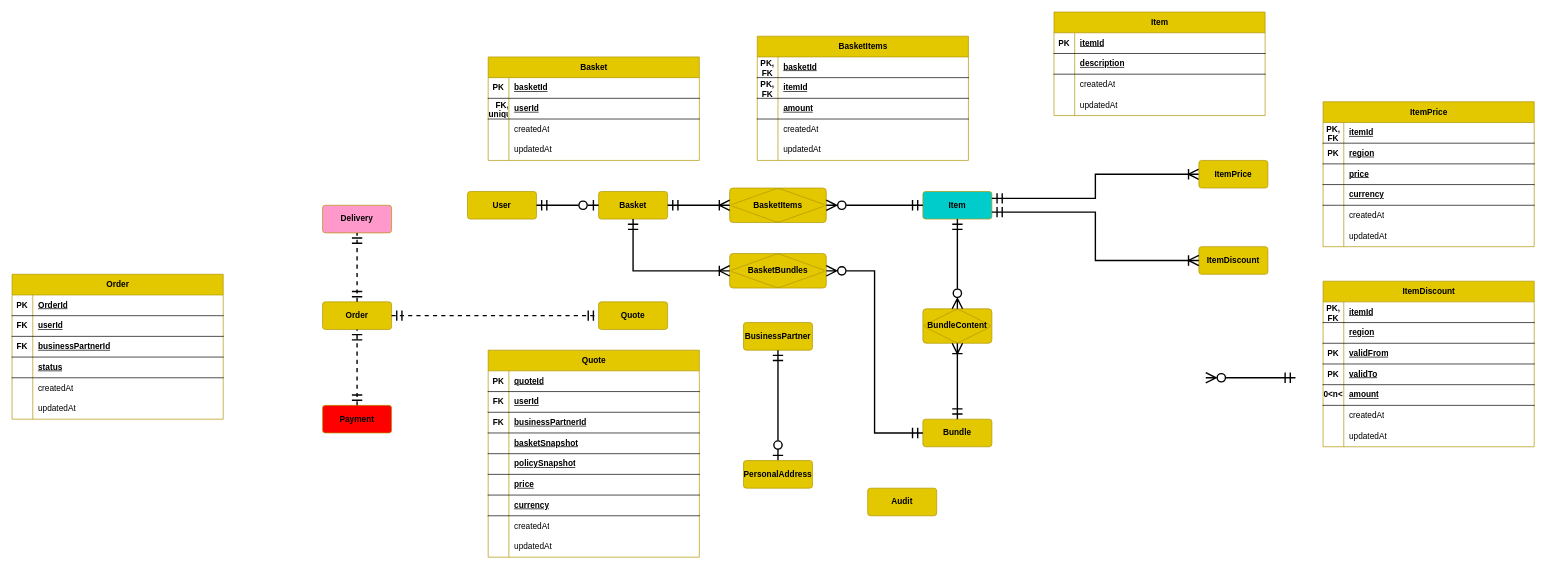
This is poc-nest-vw.drawio.xml from antonpopovleverx/vorwerk-nest-poc, a draw.io file, before an edit. Source tidied: cells renumbered, new cells numbered last; positions are measured from the earlier drawing's top-left corner, leaving out a move shared by most shapes. Both pictures are drawn from the tidied source at 69%, with x=0, y=0 at pixel (12, 12).
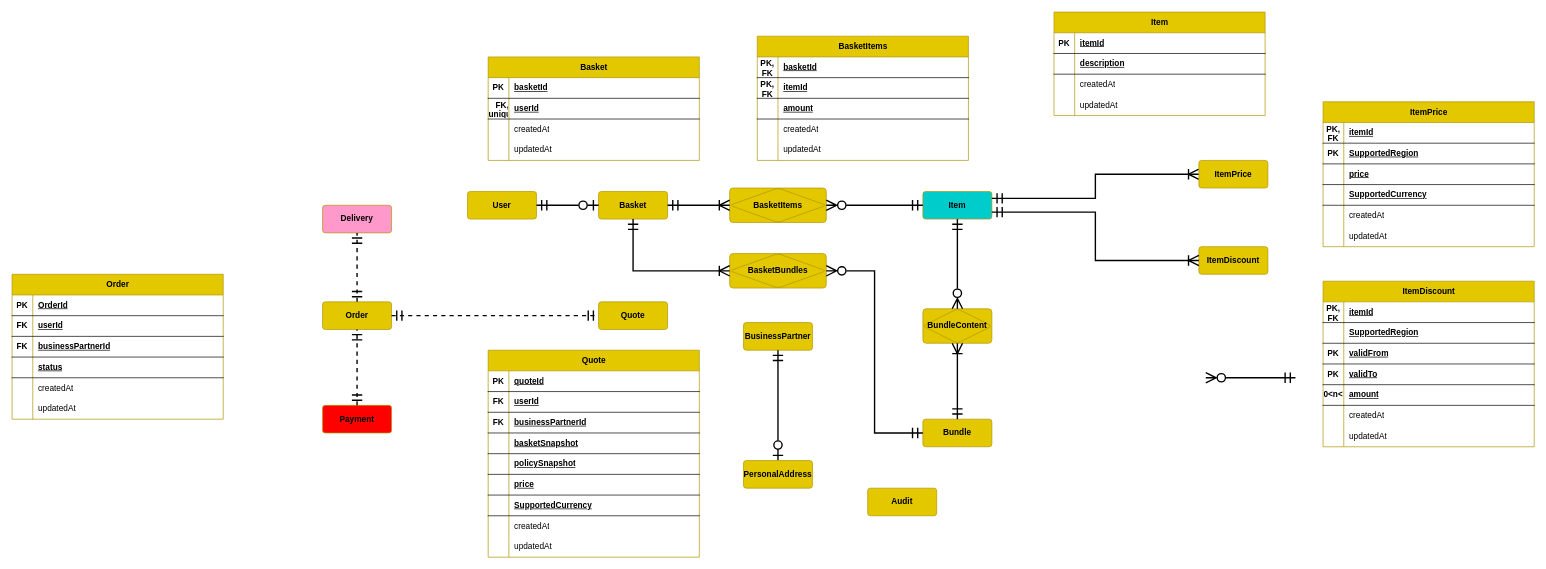
The same diagram, later.

The change refers to these unchanged cells:
```xml
<mxCell id="71" style="shape=tableRow;horizontal=0;startSize=0;swimlaneHead=0;swimlaneBody=0;fillColor=none;top=0;left=0;right=0;bottom=1;" parent="67" vertex="1">
  <mxGeometry y="60" width="306" height="30" as="geometry" />
</mxCell>
<mxCell id="77" style="shape=tableRow;horizontal=0;startSize=0;swimlaneHead=0;swimlaneBody=0;fillColor=none;top=0;left=0;right=0;bottom=1;" parent="67" vertex="1">
  <mxGeometry y="120" width="306" height="30" as="geometry" />
</mxCell>
<mxCell id="91" style="shape=tableRow;horizontal=0;startSize=0;swimlaneHead=0;swimlaneBody=0;fillColor=none;top=0;left=0;right=0;bottom=1;" parent="87" vertex="1">
  <mxGeometry y="60" width="306" height="30" as="geometry" />
</mxCell>
<mxCell id="129" style="shape=tableRow;horizontal=0;startSize=0;swimlaneHead=0;swimlaneBody=0;fillColor=none;top=0;left=0;right=0;bottom=1;" parent="110" vertex="1">
  <mxGeometry y="210" width="306" height="30" as="geometry" />
</mxCell>
```

Change to the diagram source:
```diff
@@
-    <mxCell id="73" value="region" style="shape=partialRectangle;fillColor=none;top=0;left=0;bottom=0;right=0;align=left;spacingLeft=6;fontStyle=5;overflow=hidden;whiteSpace=wrap;html=1;" parent="71" vertex="1">
+    <mxCell id="73" value="SupportedRegion" style="shape=partialRectangle;fillColor=none;top=0;left=0;bottom=0;right=0;align=left;spacingLeft=6;fontStyle=5;overflow=hidden;whiteSpace=wrap;html=1;" parent="71" vertex="1">
       <mxGeometry x="30" width="276" height="30" as="geometry" />
     </mxCell>
@@
-    <mxCell id="79" value="currency" style="shape=partialRectangle;fillColor=none;top=0;left=0;bottom=0;right=0;align=left;spacingLeft=6;fontStyle=5;overflow=hidden;whiteSpace=wrap;html=1;" parent="77" vertex="1">
+    <mxCell id="79" value="SupportedCurrency" style="shape=partialRectangle;fillColor=none;top=0;left=0;bottom=0;right=0;align=left;spacingLeft=6;fontStyle=5;overflow=hidden;whiteSpace=wrap;html=1;" parent="77" vertex="1">
       <mxGeometry x="30" width="276" height="30" as="geometry" />
     </mxCell>
@@
-    <mxCell id="93" value="region" style="shape=partialRectangle;fillColor=none;top=0;left=0;bottom=0;right=0;align=left;spacingLeft=6;fontStyle=5;overflow=hidden;whiteSpace=wrap;html=1;" parent="91" vertex="1">
+    <mxCell id="93" value="SupportedRegion" style="shape=partialRectangle;fillColor=none;top=0;left=0;bottom=0;right=0;align=left;spacingLeft=6;fontStyle=5;overflow=hidden;whiteSpace=wrap;html=1;" parent="91" vertex="1">
       <mxGeometry x="30" width="276" height="30" as="geometry" />
     </mxCell>
@@
-    <mxCell id="131" value="currency" style="shape=partialRectangle;fillColor=none;top=0;left=0;bottom=0;right=0;align=left;spacingLeft=6;fontStyle=5;overflow=hidden;whiteSpace=wrap;html=1;" parent="129" vertex="1">
+    <mxCell id="131" value="SupportedCurrency" style="shape=partialRectangle;fillColor=none;top=0;left=0;bottom=0;right=0;align=left;spacingLeft=6;fontStyle=5;overflow=hidden;whiteSpace=wrap;html=1;" parent="129" vertex="1">
       <mxGeometry x="30" width="276" height="30" as="geometry" />
     </mxCell>
```
